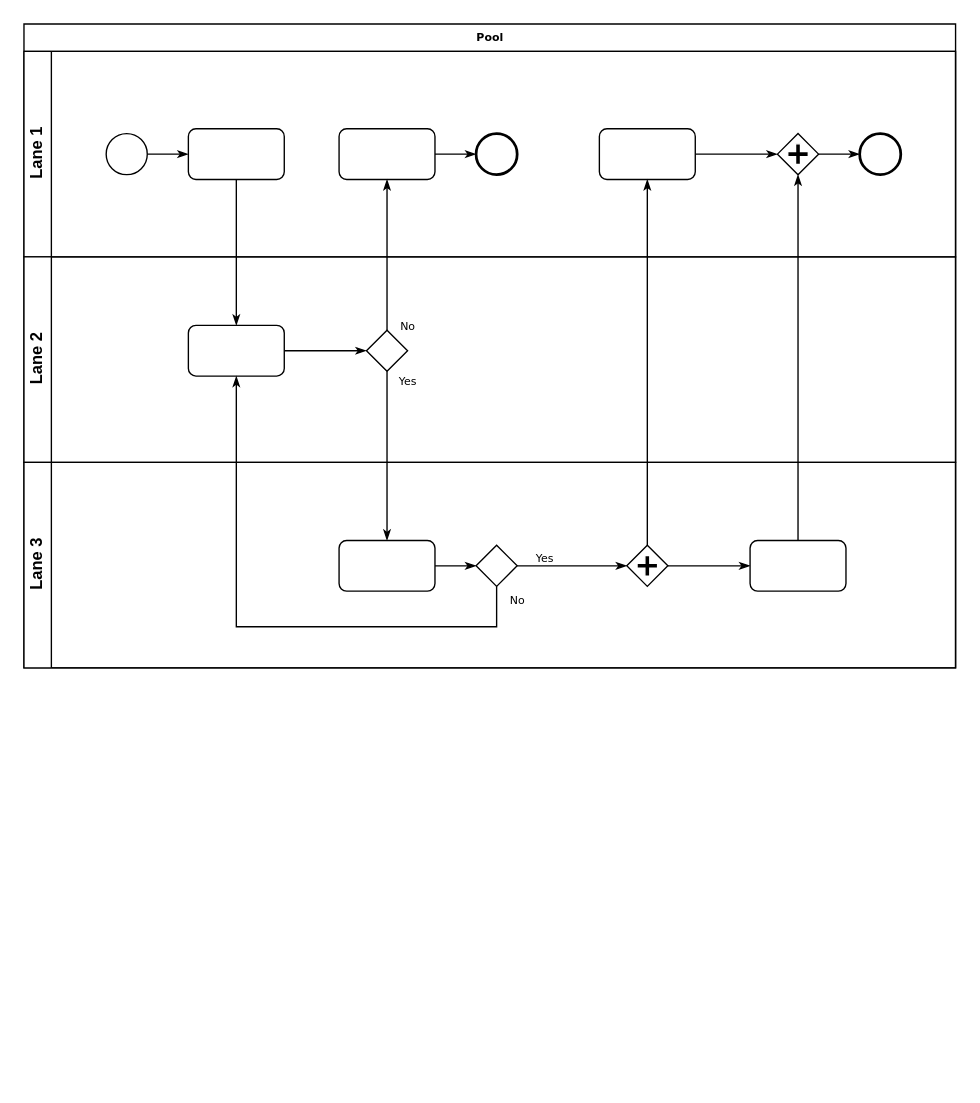
hakase-monoshiri/charts keeps this draw.io diagram as Untitled Diagram.drawio. Above is the earlier version. Source tidied: cells renumbered, new cells numbered last; positions are measured from the earlier drawing's top-left corner, leaving out a move shared by most shapes. Both pictures are drawn from the tidied source at 137%, with x=0, y=0 at pixel (23, 23).
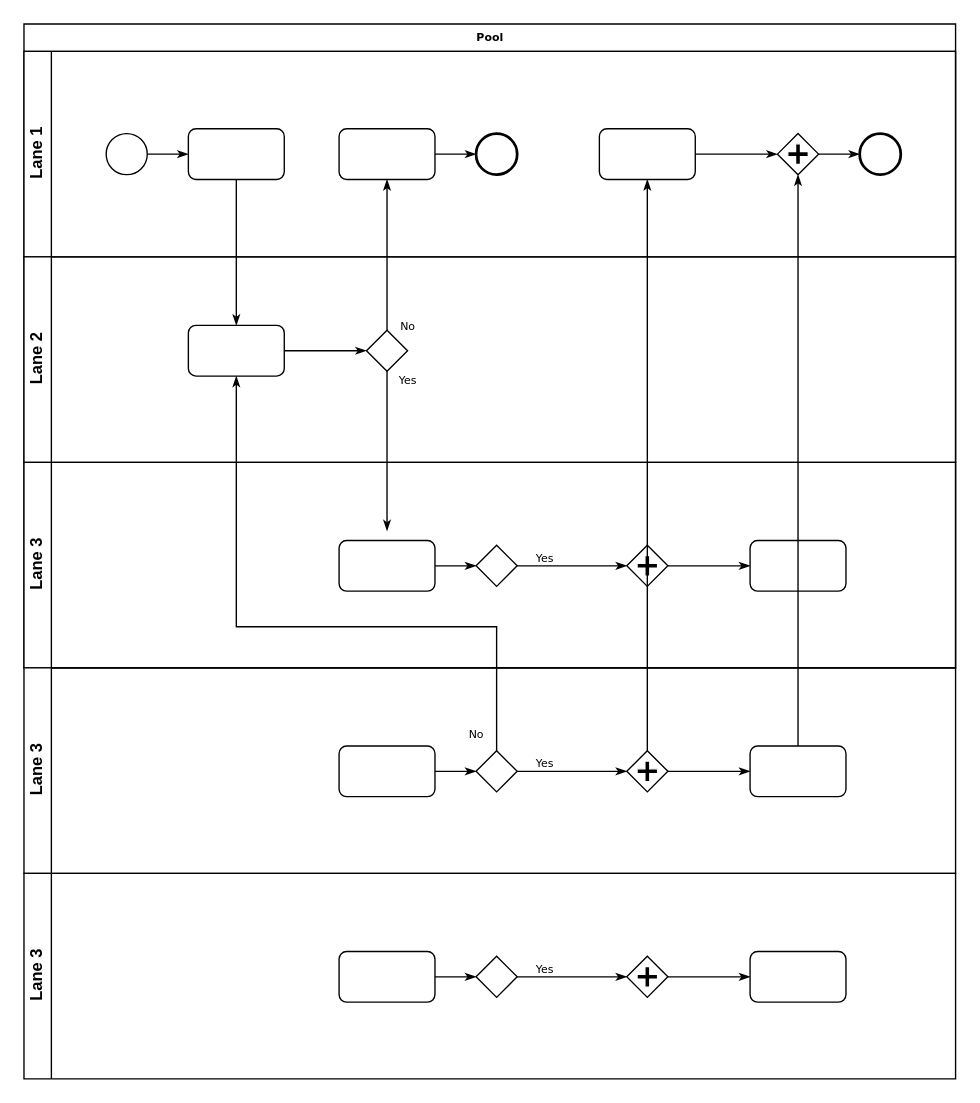
Above is the later version.

The change refers to these unchanged cells:
```xml
<mxCell id="2" value="Pool" style="swimlane;html=1;horizontal=1;startSize=20;rounded=0;shadow=0;labelBackgroundColor=none;strokeWidth=1;fontFamily=Verdana;fontSize=8;align=center;" parent="1" vertex="1">
  <mxGeometry width="680" height="470" as="geometry" />
</mxCell>
<mxCell id="6" style="rounded=1;whiteSpace=wrap;html=1;shadow=0;labelBackgroundColor=none;strokeWidth=1;fontFamily=Verdana;fontSize=8;align=center;" parent="3" vertex="1">
  <mxGeometry x="120" y="56.5" width="70" height="37" as="geometry" />
</mxCell>
<mxCell id="8" style="rounded=1;whiteSpace=wrap;html=1;shadow=0;labelBackgroundColor=none;strokeWidth=1;fontFamily=Verdana;fontSize=8;align=center;" parent="3" vertex="1">
  <mxGeometry x="230" y="56.5" width="70" height="37" as="geometry" />
</mxCell>
<mxCell id="11" style="rounded=1;whiteSpace=wrap;html=1;shadow=0;labelBackgroundColor=none;strokeWidth=1;fontFamily=Verdana;fontSize=8;align=center;" parent="3" vertex="1">
  <mxGeometry x="420" y="56.5" width="70" height="37" as="geometry" />
</mxCell>
<mxCell id="13" style="shape=mxgraph.bpmn.shape;html=1;verticalLabelPosition=bottom;labelBackgroundColor=#ffffff;verticalAlign=top;perimeter=rhombusPerimeter;background=gateway;outline=none;symbol=parallelGw;rounded=1;shadow=0;strokeWidth=1;fontFamily=Verdana;fontSize=8;align=center;" parent="3" vertex="1">
  <mxGeometry x="550" y="60" width="30" height="30" as="geometry" />
</mxCell>
<mxCell id="17" style="rounded=1;whiteSpace=wrap;html=1;shadow=0;labelBackgroundColor=none;strokeWidth=1;fontFamily=Verdana;fontSize=8;align=center;" parent="15" vertex="1">
  <mxGeometry x="120" y="50" width="70" height="37" as="geometry" />
</mxCell>
<mxCell id="18" style="strokeWidth=1;html=1;shape=mxgraph.flowchart.decision;whiteSpace=wrap;rounded=1;shadow=0;labelBackgroundColor=none;fontFamily=Verdana;fontSize=8;align=center;" parent="15" vertex="1">
  <mxGeometry x="250" y="53.5" width="30" height="30" as="geometry" />
</mxCell>
<mxCell id="21" style="rounded=1;whiteSpace=wrap;html=1;shadow=0;labelBackgroundColor=none;strokeWidth=1;fontFamily=Verdana;fontSize=8;align=center;" parent="19" vertex="1">
  <mxGeometry x="230" y="57" width="70" height="37" as="geometry" />
</mxCell>
<mxCell id="23" style="strokeWidth=1;html=1;shape=mxgraph.flowchart.decision;whiteSpace=wrap;rounded=1;shadow=0;labelBackgroundColor=none;fontFamily=Verdana;fontSize=8;align=center;" parent="19" vertex="1">
  <mxGeometry x="330" y="60.5" width="30" height="30" as="geometry" />
</mxCell>
<mxCell id="25" style="shape=mxgraph.bpmn.shape;html=1;verticalLabelPosition=bottom;labelBackgroundColor=#ffffff;verticalAlign=top;perimeter=rhombusPerimeter;background=gateway;outline=none;symbol=parallelGw;rounded=1;shadow=0;strokeWidth=1;fontFamily=Verdana;fontSize=8;align=center;" parent="19" vertex="1">
  <mxGeometry x="440" y="60.5" width="30" height="30" as="geometry" />
</mxCell>
<mxCell id="26" style="rounded=1;whiteSpace=wrap;html=1;shadow=0;labelBackgroundColor=none;strokeWidth=1;fontFamily=Verdana;fontSize=8;align=center;" parent="19" vertex="1">
  <mxGeometry x="530" y="57" width="70" height="37" as="geometry" />
</mxCell>
```

The edit, as a diff of the source:
```diff
@@
+    <mxCell id="27" style="edgeStyle=orthogonalEdgeStyle;rounded=0;html=1;labelBackgroundColor=none;startArrow=none;startFill=0;startSize=5;endArrow=classicThin;endFill=1;endSize=5;jettySize=auto;strokeWidth=1;fontFamily=Verdana;fontSize=8;" parent="2" edge="1" source="6" target="17">
+      <mxGeometry relative="1" as="geometry" />
+    </mxCell>
+    <mxCell id="28" value="No" style="edgeStyle=orthogonalEdgeStyle;rounded=0;html=1;labelBackgroundColor=none;startArrow=none;startFill=0;startSize=5;endArrow=classicThin;endFill=1;endSize=5;jettySize=auto;strokeWidth=1;fontFamily=Verdana;fontSize=8;" parent="2" edge="1" source="18" target="8">
+      <mxGeometry x="-0.94" y="-15" relative="1" as="geometry" />
+    </mxCell>
+    <mxCell id="33" value="Lane 3" style="swimlane;html=1;startSize=20;horizontal=0;" parent="2" vertex="1">
+      <mxGeometry y="320" width="680" height="150" as="geometry" />
+    </mxCell>
+    <mxCell id="34" style="edgeStyle=orthogonalEdgeStyle;rounded=0;html=1;labelBackgroundColor=none;startArrow=none;startFill=0;startSize=5;endArrow=classicThin;endFill=1;endSize=5;jettySize=auto;strokeWidth=1;fontFamily=Verdana;fontSize=8;" parent="33" edge="1" source="35" target="37">
+      <mxGeometry relative="1" as="geometry" />
+    </mxCell>
+    <mxCell id="35" style="rounded=1;whiteSpace=wrap;html=1;shadow=0;labelBackgroundColor=none;strokeWidth=1;fontFamily=Verdana;fontSize=8;align=center;" parent="33" vertex="1">
+      <mxGeometry x="230" y="57" width="70" height="37" as="geometry" />
+    </mxCell>
+    <mxCell id="36" value="Yes" style="edgeStyle=orthogonalEdgeStyle;rounded=0;html=1;entryX=0;entryY=0.5;labelBackgroundColor=none;startArrow=none;startFill=0;startSize=5;endArrow=classicThin;endFill=1;endSize=5;jettySize=auto;strokeWidth=1;fontFamily=Verdana;fontSize=8;" parent="33" edge="1" source="37" target="39">
+      <mxGeometry x="-0.5" y="6" relative="1" as="geometry" />
+    </mxCell>
+    <mxCell id="37" style="strokeWidth=1;html=1;shape=mxgraph.flowchart.decision;whiteSpace=wrap;rounded=1;shadow=0;labelBackgroundColor=none;fontFamily=Verdana;fontSize=8;align=center;" parent="33" vertex="1">
+      <mxGeometry x="330" y="60.5" width="30" height="30" as="geometry" />
+    </mxCell>
+    <mxCell id="38" style="edgeStyle=orthogonalEdgeStyle;rounded=0;html=1;labelBackgroundColor=none;startArrow=none;startFill=0;startSize=5;endArrow=classicThin;endFill=1;endSize=5;jettySize=auto;strokeColor=#000000;strokeWidth=1;fontFamily=Verdana;fontSize=8;fontColor=#000000;" parent="33" edge="1" source="39" target="40">
+      <mxGeometry relative="1" as="geometry" />
+    </mxCell>
+    <mxCell id="39" style="shape=mxgraph.bpmn.shape;html=1;verticalLabelPosition=bottom;labelBackgroundColor=#ffffff;verticalAlign=top;perimeter=rhombusPerimeter;background=gateway;outline=none;symbol=parallelGw;rounded=1;shadow=0;strokeWidth=1;fontFamily=Verdana;fontSize=8;align=center;" parent="33" vertex="1">
+      <mxGeometry x="440" y="60.5" width="30" height="30" as="geometry" />
+    </mxCell>
+    <mxCell id="40" style="rounded=1;whiteSpace=wrap;html=1;shadow=0;labelBackgroundColor=none;strokeWidth=1;fontFamily=Verdana;fontSize=8;align=center;" parent="33" vertex="1">
+      <mxGeometry x="530" y="57" width="70" height="37" as="geometry" />
+    </mxCell>
-    <mxCell id="19" value="Lane 3" style="swimlane;html=1;startSize=20;horizontal=0;" parent="2" vertex="1">
-      <mxGeometry y="320" width="680" height="150" as="geometry" />
+    <mxCell id="19" value="Lane 3" style="swimlane;html=1;startSize=20;horizontal=0;" parent="1" vertex="1">
+      <mxGeometry y="470" width="680" height="150" as="geometry" />
     </mxCell>
@@
-    <mxCell id="27" style="edgeStyle=orthogonalEdgeStyle;rounded=0;html=1;labelBackgroundColor=none;startArrow=none;startFill=0;startSize=5;endArrow=classicThin;endFill=1;endSize=5;jettySize=auto;strokeWidth=1;fontFamily=Verdana;fontSize=8;" parent="2" edge="1" source="6" target="17">
-      <mxGeometry relative="1" as="geometry" />
-    </mxCell>
-    <mxCell id="28" value="No" style="edgeStyle=orthogonalEdgeStyle;rounded=0;html=1;labelBackgroundColor=none;startArrow=none;startFill=0;startSize=5;endArrow=classicThin;endFill=1;endSize=5;jettySize=auto;strokeWidth=1;fontFamily=Verdana;fontSize=8;" parent="2" edge="1" source="18" target="8">
-      <mxGeometry x="-0.94" y="-15" relative="1" as="geometry" />
-    </mxCell>
-    <mxCell id="29" value="Yes" style="edgeStyle=orthogonalEdgeStyle;rounded=0;html=1;labelBackgroundColor=none;startArrow=none;startFill=0;startSize=5;endArrow=classicThin;endFill=1;endSize=5;jettySize=auto;strokeWidth=1;fontFamily=Verdana;fontSize=8;" parent="2" edge="1" source="18" target="21">
-      <mxGeometry x="-0.89" y="15" relative="1" as="geometry" />
+    <mxCell id="29" value="Yes" style="edgeStyle=orthogonalEdgeStyle;rounded=0;html=1;labelBackgroundColor=none;startArrow=none;startFill=0;startSize=5;endArrow=classicThin;endFill=1;endSize=5;jettySize=auto;strokeWidth=1;fontFamily=Verdana;fontSize=8;" parent="1" edge="1" source="18">
+      <mxGeometry x="-0.89" y="15" relative="1" as="geometry">
+        <mxPoint x="265" y="370" as="targetPoint" />
+      </mxGeometry>
     </mxCell>
-    <mxCell id="30" style="edgeStyle=orthogonalEdgeStyle;rounded=0;html=1;entryX=0.5;entryY=1;labelBackgroundColor=none;startArrow=none;startFill=0;startSize=5;endArrow=classicThin;endFill=1;endSize=5;jettySize=auto;strokeWidth=1;fontFamily=Verdana;fontSize=8;" parent="2" edge="1" source="26" target="13">
-      <mxGeometry relative="1" as="geometry" />
-    </mxCell>
-    <mxCell id="31" value="No" style="edgeStyle=orthogonalEdgeStyle;rounded=0;html=1;labelBackgroundColor=none;startArrow=none;startFill=0;startSize=5;endArrow=classicThin;endFill=1;endSize=5;jettySize=auto;strokeWidth=1;fontFamily=Verdana;fontSize=8;" parent="2" edge="1" source="23" target="17">
+    <mxCell id="31" value="No" style="edgeStyle=orthogonalEdgeStyle;rounded=0;html=1;labelBackgroundColor=none;startArrow=none;startFill=0;startSize=5;endArrow=classicThin;endFill=1;endSize=5;jettySize=auto;strokeWidth=1;fontFamily=Verdana;fontSize=8;" parent="1" edge="1" source="23" target="17">
       <mxGeometry x="-0.95" y="15" relative="1" as="geometry">
         <Array as="points">
           <mxPoint x="345" y="440" />
           <mxPoint x="155" y="440" />
         </Array>
       </mxGeometry>
     </mxCell>
-    <mxCell id="32" style="edgeStyle=orthogonalEdgeStyle;rounded=0;html=1;labelBackgroundColor=none;startArrow=none;startFill=0;startSize=5;endArrow=classicThin;endFill=1;endSize=5;jettySize=auto;strokeWidth=1;fontFamily=Verdana;fontSize=8;" parent="2" edge="1" source="25" target="11">
+    <mxCell id="32" style="edgeStyle=orthogonalEdgeStyle;rounded=0;html=1;labelBackgroundColor=none;startArrow=none;startFill=0;startSize=5;endArrow=classicThin;endFill=1;endSize=5;jettySize=auto;strokeWidth=1;fontFamily=Verdana;fontSize=8;" parent="1" edge="1" source="25" target="11">
       <mxGeometry relative="1" as="geometry" />
     </mxCell>
+    <mxCell id="30" style="edgeStyle=orthogonalEdgeStyle;rounded=0;html=1;entryX=0.5;entryY=1;labelBackgroundColor=none;startArrow=none;startFill=0;startSize=5;endArrow=classicThin;endFill=1;endSize=5;jettySize=auto;strokeWidth=1;fontFamily=Verdana;fontSize=8;" parent="1" edge="1" source="26" target="13">
+      <mxGeometry relative="1" as="geometry" />
+    </mxCell>
+    <mxCell id="41" value="Lane 3" style="swimlane;html=1;startSize=20;horizontal=0;" parent="1" vertex="1">
+      <mxGeometry y="620" width="680" height="150" as="geometry" />
+    </mxCell>
+    <mxCell id="42" style="edgeStyle=orthogonalEdgeStyle;rounded=0;html=1;labelBackgroundColor=none;startArrow=none;startFill=0;startSize=5;endArrow=classicThin;endFill=1;endSize=5;jettySize=auto;strokeWidth=1;fontFamily=Verdana;fontSize=8;" parent="41" edge="1" source="43" target="45">
+      <mxGeometry relative="1" as="geometry" />
+    </mxCell>
+    <mxCell id="43" style="rounded=1;whiteSpace=wrap;html=1;shadow=0;labelBackgroundColor=none;strokeWidth=1;fontFamily=Verdana;fontSize=8;align=center;" parent="41" vertex="1">
+      <mxGeometry x="230" y="57" width="70" height="37" as="geometry" />
+    </mxCell>
+    <mxCell id="44" value="Yes" style="edgeStyle=orthogonalEdgeStyle;rounded=0;html=1;entryX=0;entryY=0.5;labelBackgroundColor=none;startArrow=none;startFill=0;startSize=5;endArrow=classicThin;endFill=1;endSize=5;jettySize=auto;strokeWidth=1;fontFamily=Verdana;fontSize=8;" parent="41" edge="1" source="45" target="47">
+      <mxGeometry x="-0.5" y="6" relative="1" as="geometry" />
+    </mxCell>
+    <mxCell id="45" style="strokeWidth=1;html=1;shape=mxgraph.flowchart.decision;whiteSpace=wrap;rounded=1;shadow=0;labelBackgroundColor=none;fontFamily=Verdana;fontSize=8;align=center;" parent="41" vertex="1">
+      <mxGeometry x="330" y="60.5" width="30" height="30" as="geometry" />
+    </mxCell>
+    <mxCell id="46" style="edgeStyle=orthogonalEdgeStyle;rounded=0;html=1;labelBackgroundColor=none;startArrow=none;startFill=0;startSize=5;endArrow=classicThin;endFill=1;endSize=5;jettySize=auto;strokeColor=#000000;strokeWidth=1;fontFamily=Verdana;fontSize=8;fontColor=#000000;" parent="41" edge="1" source="47" target="48">
+      <mxGeometry relative="1" as="geometry" />
+    </mxCell>
+    <mxCell id="47" style="shape=mxgraph.bpmn.shape;html=1;verticalLabelPosition=bottom;labelBackgroundColor=#ffffff;verticalAlign=top;perimeter=rhombusPerimeter;background=gateway;outline=none;symbol=parallelGw;rounded=1;shadow=0;strokeWidth=1;fontFamily=Verdana;fontSize=8;align=center;" parent="41" vertex="1">
+      <mxGeometry x="440" y="60.5" width="30" height="30" as="geometry" />
+    </mxCell>
+    <mxCell id="48" style="rounded=1;whiteSpace=wrap;html=1;shadow=0;labelBackgroundColor=none;strokeWidth=1;fontFamily=Verdana;fontSize=8;align=center;" parent="41" vertex="1">
+      <mxGeometry x="530" y="57" width="70" height="37" as="geometry" />
+    </mxCell>
```
